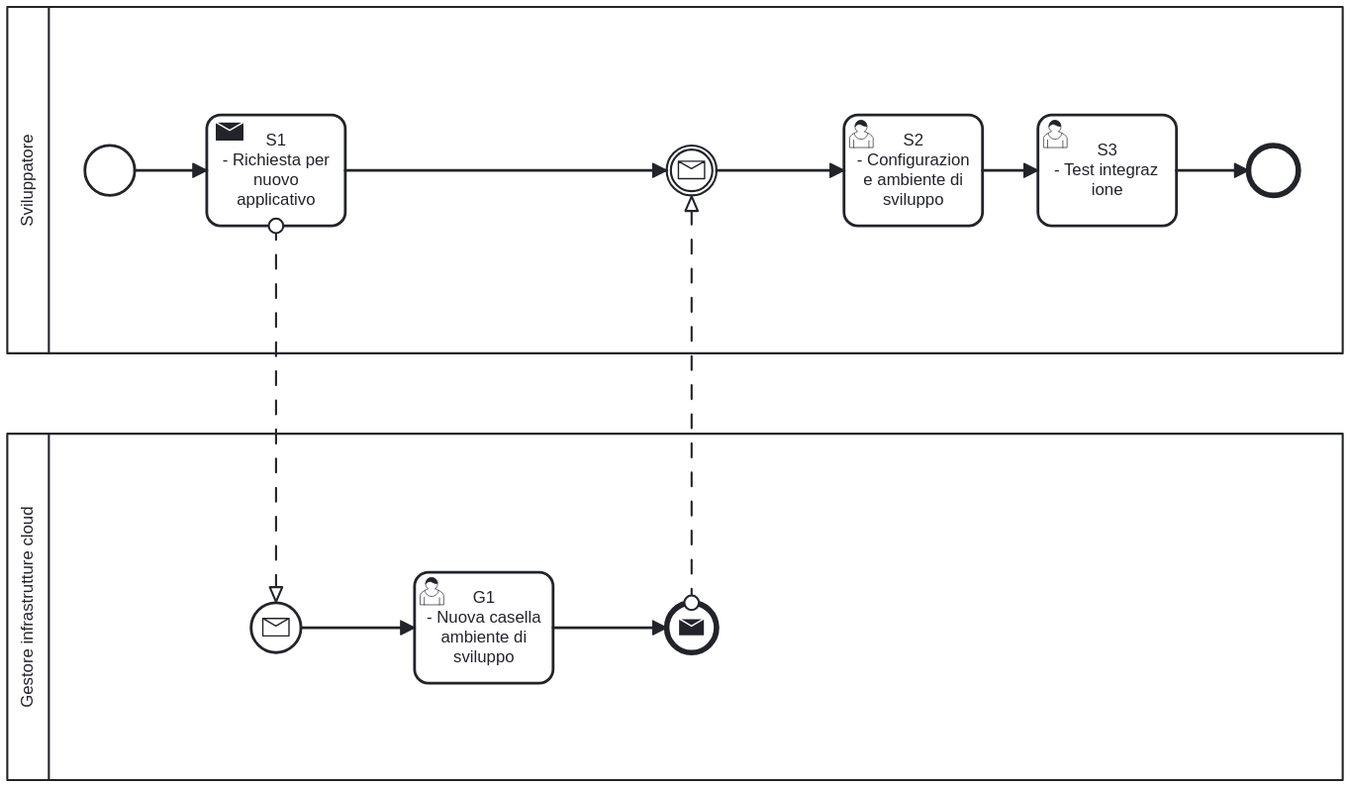
The BPMN diagram nextjs/diagrammi/send-mail.svg in Piattaforme-Applicativi/soul-docs, before a commit. Its source is kept beside it as nextjs/diagrammi/send-mail.bpmn. Ids are renumbered.
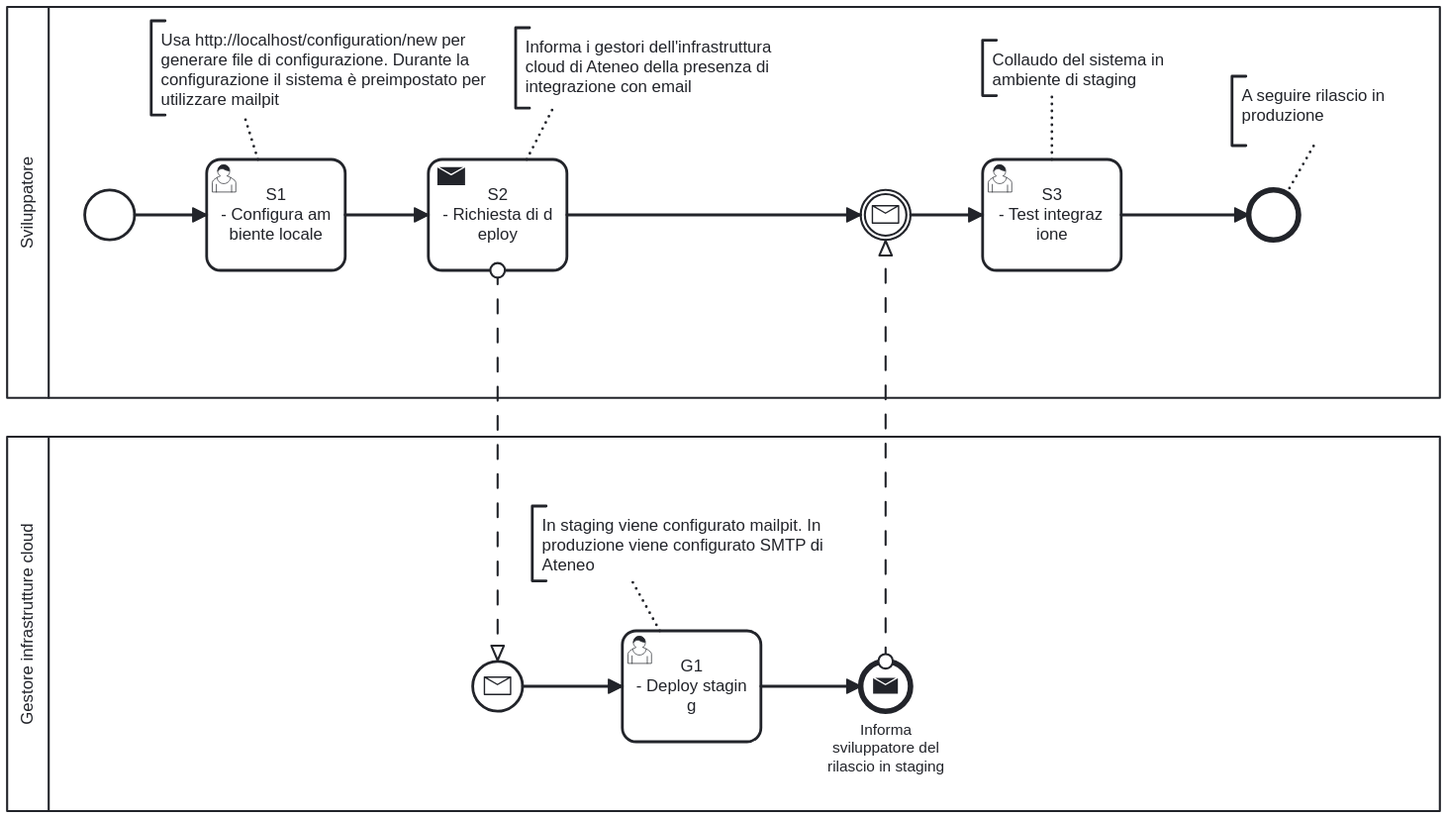
The same diagram one commit later.

Commit message:
NEw: Integrazione sistema mail (sviluppe e staging)

Change to the diagram source:
```diff
@@ -1,132 +1,194 @@
-<bpmn:definitions xmlns:xsi="http://www.w3.org/2001/XMLSchema-instance" xmlns:bpmn="http://www.omg.org/spec/BPMN/20100524/MODEL" xmlns:bpmndi="http://www.omg.org/spec/BPMN/20100524/DI" xmlns:dc="http://www.omg.org/spec/DD/20100524/DC" xmlns:di="http://www.omg.org/spec/DD/20100524/DI" id="Definitions_n1" targetNamespace="http://bpmn.io/schema/bpmn" exporter="bpmn-js (https://demo.bpmn.io)" exporterVersion="18.6.1">
+<bpmn:definitions xmlns:xsi="http://www.w3.org/2001/XMLSchema-instance" xmlns:bpmn="http://www.omg.org/spec/BPMN/20100524/MODEL" xmlns:bpmndi="http://www.omg.org/spec/BPMN/20100524/DI" xmlns:dc="http://www.omg.org/spec/DD/20100524/DC" xmlns:di="http://www.omg.org/spec/DD/20100524/DI" id="Definitions_n1" targetNamespace="http://bpmn.io/schema/bpmn" exporter="bpmn-js (https://demo.bpmn.io)" exporterVersion="18.12.0">
   <bpmn:collaboration id="Collaboration_n2">
     <bpmn:participant id="Participant_n3" name="Sviluppatore" processRef="Process_n4" />
     <bpmn:participant id="Participant_n5" name="Gestore infrastrutture cloud" processRef="Process_n6" />
-    <bpmn:messageFlow id="Flow_n7" sourceRef="Activity_n8" targetRef="Event_n9" />
-    <bpmn:messageFlow id="Flow_n10" sourceRef="Event_n11" targetRef="Event_n12" />
+    <bpmn:messageFlow id="Flow_n28" sourceRef="Activity_n29" targetRef="Event_n30" />
+    <bpmn:messageFlow id="Flow_n31" sourceRef="Event_n32" targetRef="Event_n33" />
+    <bpmn:textAnnotation id="TextAnnotation_n34">
+      <bpmn:text>Usa http://localhost/configuration/new per generare file di configurazione. Durante la configurazione il sistema è preimpostato per utilizzare mailpit</bpmn:text>
+    </bpmn:textAnnotation>
+    <bpmn:textAnnotation id="TextAnnotation_n35">
+      <bpmn:text>Informa i gestori dell'infrastruttura cloud di Ateneo della presenza di integrazione con email</bpmn:text>
+    </bpmn:textAnnotation>
+    <bpmn:textAnnotation id="TextAnnotation_n36">
+      <bpmn:text>In staging viene configurato mailpit. In  produzione viene configurato SMTP di Ateneo</bpmn:text>
+    </bpmn:textAnnotation>
+    <bpmn:textAnnotation id="TextAnnotation_n37">
+      <bpmn:text>Collaudo del sistema in ambiente di staging</bpmn:text>
+    </bpmn:textAnnotation>
+    <bpmn:association id="Association_n38" associationDirection="None" sourceRef="Activity_n8" targetRef="TextAnnotation_n34" />
+    <bpmn:association id="Association_n39" associationDirection="None" sourceRef="Activity_n29" targetRef="TextAnnotation_n35" />
+    <bpmn:association id="Association_n40" associationDirection="None" sourceRef="Activity_n20" targetRef="TextAnnotation_n37" />
+    <bpmn:association id="Association_n41" associationDirection="None" sourceRef="Activity_n42" targetRef="TextAnnotation_n36" />
+    <bpmn:textAnnotation id="TextAnnotation_n43">
+      <bpmn:text>A seguire rilascio in produzione</bpmn:text>
+    </bpmn:textAnnotation>
+    <bpmn:association id="Association_n44" associationDirection="None" sourceRef="Event_n22" targetRef="TextAnnotation_n43" />
   </bpmn:collaboration>
   <bpmn:process id="Process_n4" isExecutable="false">
     <bpmn:startEvent id="StartEvent_n13">
       <bpmn:outgoing>Flow_n14</bpmn:outgoing>
     </bpmn:startEvent>
-    <bpmn:sendTask id="Activity_n8" name="S1 - Richiesta per nuovo applicativo">
-      <bpmn:incoming>Flow_n14</bpmn:incoming>
-      <bpmn:outgoing>Flow_n15</bpmn:outgoing>
-    </bpmn:sendTask>
-    <bpmn:intermediateCatchEvent id="Event_n12">
-      <bpmn:incoming>Flow_n15</bpmn:incoming>
-      <bpmn:outgoing>Flow_n16</bpmn:outgoing>
-      <bpmn:messageEventDefinition id="MessageEventDefinition_n17" />
-    </bpmn:intermediateCatchEvent>
-    <bpmn:userTask id="Activity_n18" name="S2 - Configurazione ambiente di sviluppo">
-      <bpmn:incoming>Flow_n16</bpmn:incoming>
-      <bpmn:outgoing>Flow_n19</bpmn:outgoing>
-    </bpmn:userTask>
-    <bpmn:userTask id="Activity_n20" name="S3 - Test integrazione">
-      <bpmn:incoming>Flow_n19</bpmn:incoming>
-      <bpmn:outgoing>Flow_n21</bpmn:outgoing>
-    </bpmn:userTask>
-    <bpmn:sequenceFlow id="Flow_n14" sourceRef="StartEvent_n13" targetRef="Activity_n8" />
-    <bpmn:sequenceFlow id="Flow_n15" sourceRef="Activity_n8" targetRef="Event_n12" />
-    <bpmn:sequenceFlow id="Flow_n16" sourceRef="Event_n12" targetRef="Activity_n18" />
-    <bpmn:sequenceFlow id="Flow_n19" sourceRef="Activity_n18" targetRef="Activity_n20" />
-    <bpmn:sequenceFlow id="Flow_n21" sourceRef="Activity_n20" targetRef="Event_n22" />
     <bpmn:endEvent id="Event_n22">
       <bpmn:incoming>Flow_n21</bpmn:incoming>
     </bpmn:endEvent>
+    <bpmn:userTask id="Activity_n8" name="S1 - Configura ambiente locale">
+      <bpmn:incoming>Flow_n14</bpmn:incoming>
+      <bpmn:outgoing>Flow_n45</bpmn:outgoing>
+    </bpmn:userTask>
+    <bpmn:sendTask id="Activity_n29" name="S2 - Richiesta di deploy">
+      <bpmn:incoming>Flow_n45</bpmn:incoming>
+      <bpmn:outgoing>Flow_n46</bpmn:outgoing>
+    </bpmn:sendTask>
+    <bpmn:userTask id="Activity_n20" name="S3 - Test integrazione">
+      <bpmn:incoming>Flow_n47</bpmn:incoming>
+      <bpmn:outgoing>Flow_n21</bpmn:outgoing>
+    </bpmn:userTask>
+    <bpmn:intermediateCatchEvent id="Event_n33">
+      <bpmn:incoming>Flow_n46</bpmn:incoming>
+      <bpmn:outgoing>Flow_n47</bpmn:outgoing>
+      <bpmn:messageEventDefinition id="MessageEventDefinition_n48" />
+    </bpmn:intermediateCatchEvent>
+    <bpmn:sequenceFlow id="Flow_n14" sourceRef="StartEvent_n13" targetRef="Activity_n8" />
+    <bpmn:sequenceFlow id="Flow_n21" sourceRef="Activity_n20" targetRef="Event_n22" />
+    <bpmn:sequenceFlow id="Flow_n45" sourceRef="Activity_n8" targetRef="Activity_n29" />
+    <bpmn:sequenceFlow id="Flow_n46" sourceRef="Activity_n29" targetRef="Event_n33" />
+    <bpmn:sequenceFlow id="Flow_n47" sourceRef="Event_n33" targetRef="Activity_n20" />
   </bpmn:process>
   <bpmn:process id="Process_n6">
-    <bpmn:startEvent id="Event_n9">
-      <bpmn:outgoing>Flow_n23</bpmn:outgoing>
-      <bpmn:messageEventDefinition id="MessageEventDefinition_n24" />
+    <bpmn:startEvent id="Event_n30">
+      <bpmn:outgoing>Flow_n49</bpmn:outgoing>
+      <bpmn:messageEventDefinition id="MessageEventDefinition_n50" />
     </bpmn:startEvent>
-    <bpmn:userTask id="Activity_n25" name="G1 - Nuova casella ambiente di sviluppo">
-      <bpmn:incoming>Flow_n23</bpmn:incoming>
-      <bpmn:outgoing>Flow_n26</bpmn:outgoing>
+    <bpmn:endEvent id="Event_n32" name="Informa sviluppatore del rilascio in staging">
+      <bpmn:incoming>Flow_n51</bpmn:incoming>
+      <bpmn:messageEventDefinition id="MessageEventDefinition_n52" />
+    </bpmn:endEvent>
+    <bpmn:userTask id="Activity_n42" name="G1 - Deploy staging">
+      <bpmn:incoming>Flow_n49</bpmn:incoming>
+      <bpmn:outgoing>Flow_n51</bpmn:outgoing>
     </bpmn:userTask>
-    <bpmn:endEvent id="Event_n11">
-      <bpmn:incoming>Flow_n26</bpmn:incoming>
-      <bpmn:messageEventDefinition id="MessageEventDefinition_n27" />
-    </bpmn:endEvent>
-    <bpmn:sequenceFlow id="Flow_n23" sourceRef="Event_n9" targetRef="Activity_n25" />
-    <bpmn:sequenceFlow id="Flow_n26" sourceRef="Activity_n25" targetRef="Event_n11" />
+    <bpmn:sequenceFlow id="Flow_n49" sourceRef="Event_n30" targetRef="Activity_n42" />
+    <bpmn:sequenceFlow id="Flow_n51" sourceRef="Activity_n42" targetRef="Event_n32" />
   </bpmn:process>
   <bpmndi:BPMNDiagram id="BPMNDiagram_1">
     <bpmndi:BPMNPlane id="BPMNPlane_1" bpmnElement="Collaboration_n2">
       <bpmndi:BPMNShape id="Participant_n3_di" bpmnElement="Participant_n3" isHorizontal="true">
-        <dc:Bounds x="156" y="62" width="964" height="250" />
+        <dc:Bounds x="156" y="80" width="1034" height="282" />
         <bpmndi:BPMNLabel />
       </bpmndi:BPMNShape>
       <bpmndi:BPMNShape id="_BPMNShape_StartEvent_2" bpmnElement="StartEvent_n13">
-        <dc:Bounds x="212" y="162" width="36" height="36" />
+        <dc:Bounds x="212" y="212" width="36" height="36" />
       </bpmndi:BPMNShape>
-      <bpmndi:BPMNShape id="Activity_0lt7ki0_di" bpmnElement="Activity_n8">
-        <dc:Bounds x="300" y="140" width="100" height="80" />
-        <bpmndi:BPMNLabel />
+      <bpmndi:BPMNShape id="Event_n22_di" bpmnElement="Event_n22">
+        <dc:Bounds x="1052" y="212" width="36" height="36" />
       </bpmndi:BPMNShape>
-      <bpmndi:BPMNShape id="Event_15z7bic_di" bpmnElement="Event_n12">
-        <dc:Bounds x="632" y="162" width="36" height="36" />
+      <bpmndi:BPMNShape id="Activity_0xeie2m_di" bpmnElement="Activity_n8">
+        <dc:Bounds x="300" y="190" width="100" height="80" />
       </bpmndi:BPMNShape>
-      <bpmndi:BPMNShape id="Activity_0k7wfsn_di" bpmnElement="Activity_n18">
-        <dc:Bounds x="760" y="140" width="100" height="80" />
+      <bpmndi:BPMNShape id="Activity_1byqdho_di" bpmnElement="Activity_n29">
+        <dc:Bounds x="460" y="190" width="100" height="80" />
         <bpmndi:BPMNLabel />
       </bpmndi:BPMNShape>
       <bpmndi:BPMNShape id="Activity_12nei9m_di" bpmnElement="Activity_n20">
-        <dc:Bounds x="900" y="140" width="100" height="80" />
+        <dc:Bounds x="860" y="190" width="100" height="80" />
       </bpmndi:BPMNShape>
-      <bpmndi:BPMNShape id="Event_n22_di" bpmnElement="Event_n22">
-        <dc:Bounds x="1052" y="162" width="36" height="36" />
+      <bpmndi:BPMNShape id="Event_0us2ubp_di" bpmnElement="Event_n33">
+        <dc:Bounds x="772" y="212" width="36" height="36" />
       </bpmndi:BPMNShape>
       <bpmndi:BPMNEdge id="Flow_n14_di" bpmnElement="Flow_n14">
-        <di:waypoint x="248" y="180" />
-        <di:waypoint x="300" y="180" />
-      </bpmndi:BPMNEdge>
-      <bpmndi:BPMNEdge id="Flow_n15_di" bpmnElement="Flow_n15">
-        <di:waypoint x="400" y="180" />
-        <di:waypoint x="632" y="180" />
-      </bpmndi:BPMNEdge>
-      <bpmndi:BPMNEdge id="Flow_n16_di" bpmnElement="Flow_n16">
-        <di:waypoint x="668" y="180" />
-        <di:waypoint x="760" y="180" />
-      </bpmndi:BPMNEdge>
-      <bpmndi:BPMNEdge id="Flow_n19_di" bpmnElement="Flow_n19">
-        <di:waypoint x="860" y="180" />
-        <di:waypoint x="900" y="180" />
+        <di:waypoint x="248" y="230" />
+        <di:waypoint x="300" y="230" />
       </bpmndi:BPMNEdge>
       <bpmndi:BPMNEdge id="Flow_n21_di" bpmnElement="Flow_n21">
-        <di:waypoint x="1000" y="180" />
-        <di:waypoint x="1052" y="180" />
+        <di:waypoint x="960" y="230" />
+        <di:waypoint x="1052" y="230" />
+      </bpmndi:BPMNEdge>
+      <bpmndi:BPMNEdge id="Flow_n45_di" bpmnElement="Flow_n45">
+        <di:waypoint x="400" y="230" />
+        <di:waypoint x="460" y="230" />
+      </bpmndi:BPMNEdge>
+      <bpmndi:BPMNEdge id="Flow_n46_di" bpmnElement="Flow_n46">
+        <di:waypoint x="560" y="230" />
+        <di:waypoint x="772" y="230" />
+      </bpmndi:BPMNEdge>
+      <bpmndi:BPMNEdge id="Flow_n47_di" bpmnElement="Flow_n47">
+        <di:waypoint x="808" y="230" />
+        <di:waypoint x="860" y="230" />
       </bpmndi:BPMNEdge>
       <bpmndi:BPMNShape id="Participant_n5_di" bpmnElement="Participant_n5" isHorizontal="true">
-        <dc:Bounds x="156" y="370" width="964" height="250" />
+        <dc:Bounds x="156" y="390" width="1034" height="270" />
         <bpmndi:BPMNLabel />
       </bpmndi:BPMNShape>
-      <bpmndi:BPMNShape id="Event_0rx1s1i_di" bpmnElement="Event_n9">
-        <dc:Bounds x="332" y="492" width="36" height="36" />
+      <bpmndi:BPMNShape id="Event_0hhfwv4_di" bpmnElement="Event_n30">
+        <dc:Bounds x="492" y="552" width="36" height="36" />
       </bpmndi:BPMNShape>
-      <bpmndi:BPMNShape id="Activity_0ip0kak_di" bpmnElement="Activity_n25">
-        <dc:Bounds x="450" y="470" width="100" height="80" />
+      <bpmndi:BPMNShape id="Event_07bops9_di" bpmnElement="Event_n32">
+        <dc:Bounds x="772" y="552" width="36" height="36" />
+        <bpmndi:BPMNLabel>
+          <dc:Bounds x="748" y="595" width="85" height="40" />
+        </bpmndi:BPMNLabel>
+      </bpmndi:BPMNShape>
+      <bpmndi:BPMNShape id="Activity_1n2814o_di" bpmnElement="Activity_n42">
+        <dc:Bounds x="600" y="530" width="100" height="80" />
         <bpmndi:BPMNLabel />
       </bpmndi:BPMNShape>
-      <bpmndi:BPMNShape id="Event_0ng4bia_di" bpmnElement="Event_n11">
-        <dc:Bounds x="632" y="492" width="36" height="36" />
+      <bpmndi:BPMNEdge id="Flow_n49_di" bpmnElement="Flow_n49">
+        <di:waypoint x="528" y="570" />
+        <di:waypoint x="600" y="570" />
+      </bpmndi:BPMNEdge>
+      <bpmndi:BPMNEdge id="Flow_n51_di" bpmnElement="Flow_n51">
+        <di:waypoint x="700" y="570" />
+        <di:waypoint x="772" y="570" />
+      </bpmndi:BPMNEdge>
+      <bpmndi:BPMNEdge id="Association_n38_di" bpmnElement="Association_n38">
+        <di:waypoint x="337" y="190" />
+        <di:waypoint x="327" y="158" />
+      </bpmndi:BPMNEdge>
+      <bpmndi:BPMNEdge id="Association_n39_di" bpmnElement="Association_n39">
+        <di:waypoint x="531" y="190" />
+        <di:waypoint x="550" y="153" />
+      </bpmndi:BPMNEdge>
+      <bpmndi:BPMNEdge id="Association_n41_di" bpmnElement="Association_n41">
+        <di:waypoint x="627" y="530" />
+        <di:waypoint x="607" y="494" />
+      </bpmndi:BPMNEdge>
+      <bpmndi:BPMNEdge id="Association_n44_di" bpmnElement="Association_n44">
+        <di:waypoint x="1079" y="215" />
+        <di:waypoint x="1099" y="180" />
+      </bpmndi:BPMNEdge>
+      <bpmndi:BPMNEdge id="Association_n40_di" bpmnElement="Association_n40">
+        <di:waypoint x="910" y="190" />
+        <di:waypoint x="910" y="144" />
+      </bpmndi:BPMNEdge>
+      <bpmndi:BPMNShape id="TextAnnotation_n34_di" bpmnElement="TextAnnotation_n34">
+        <dc:Bounds x="260" y="90" width="260" height="68" />
+        <bpmndi:BPMNLabel />
       </bpmndi:BPMNShape>
-      <bpmndi:BPMNEdge id="Flow_n23_di" bpmnElement="Flow_n23">
-        <di:waypoint x="368" y="510" />
-        <di:waypoint x="450" y="510" />
+      <bpmndi:BPMNShape id="TextAnnotation_n35_di" bpmnElement="TextAnnotation_n35">
+        <dc:Bounds x="523" y="95" width="230" height="58" />
+        <bpmndi:BPMNLabel />
+      </bpmndi:BPMNShape>
+      <bpmndi:BPMNShape id="TextAnnotation_n36_di" bpmnElement="TextAnnotation_n36">
+        <dc:Bounds x="535" y="440" width="230" height="54" />
+        <bpmndi:BPMNLabel />
+      </bpmndi:BPMNShape>
+      <bpmndi:BPMNEdge id="Flow_n28_di" bpmnElement="Flow_n28">
+        <di:waypoint x="510" y="270" />
+        <di:waypoint x="510" y="552" />
       </bpmndi:BPMNEdge>
-      <bpmndi:BPMNEdge id="Flow_n26_di" bpmnElement="Flow_n26">
-        <di:waypoint x="550" y="510" />
-        <di:waypoint x="632" y="510" />
+      <bpmndi:BPMNEdge id="Flow_n31_di" bpmnElement="Flow_n31">
+        <di:waypoint x="790" y="552" />
+        <di:waypoint x="790" y="248" />
       </bpmndi:BPMNEdge>
-      <bpmndi:BPMNEdge id="Flow_n7_di" bpmnElement="Flow_n7">
-        <di:waypoint x="350" y="220" />
-        <di:waypoint x="350" y="492" />
-      </bpmndi:BPMNEdge>
-      <bpmndi:BPMNEdge id="Flow_n10_di" bpmnElement="Flow_n10">
-        <di:waypoint x="650" y="492" />
-        <di:waypoint x="650" y="198" />
-      </bpmndi:BPMNEdge>
+      <bpmndi:BPMNShape id="TextAnnotation_n43_di" bpmnElement="TextAnnotation_n43">
+        <dc:Bounds x="1040" y="130" width="130" height="50" />
+        <bpmndi:BPMNLabel />
+      </bpmndi:BPMNShape>
+      <bpmndi:BPMNShape id="TextAnnotation_n37_di" bpmnElement="TextAnnotation_n37">
+        <dc:Bounds x="860" y="104" width="139" height="40" />
+        <bpmndi:BPMNLabel />
+      </bpmndi:BPMNShape>
     </bpmndi:BPMNPlane>
   </bpmndi:BPMNDiagram>
 </bpmn:definitions>
```
